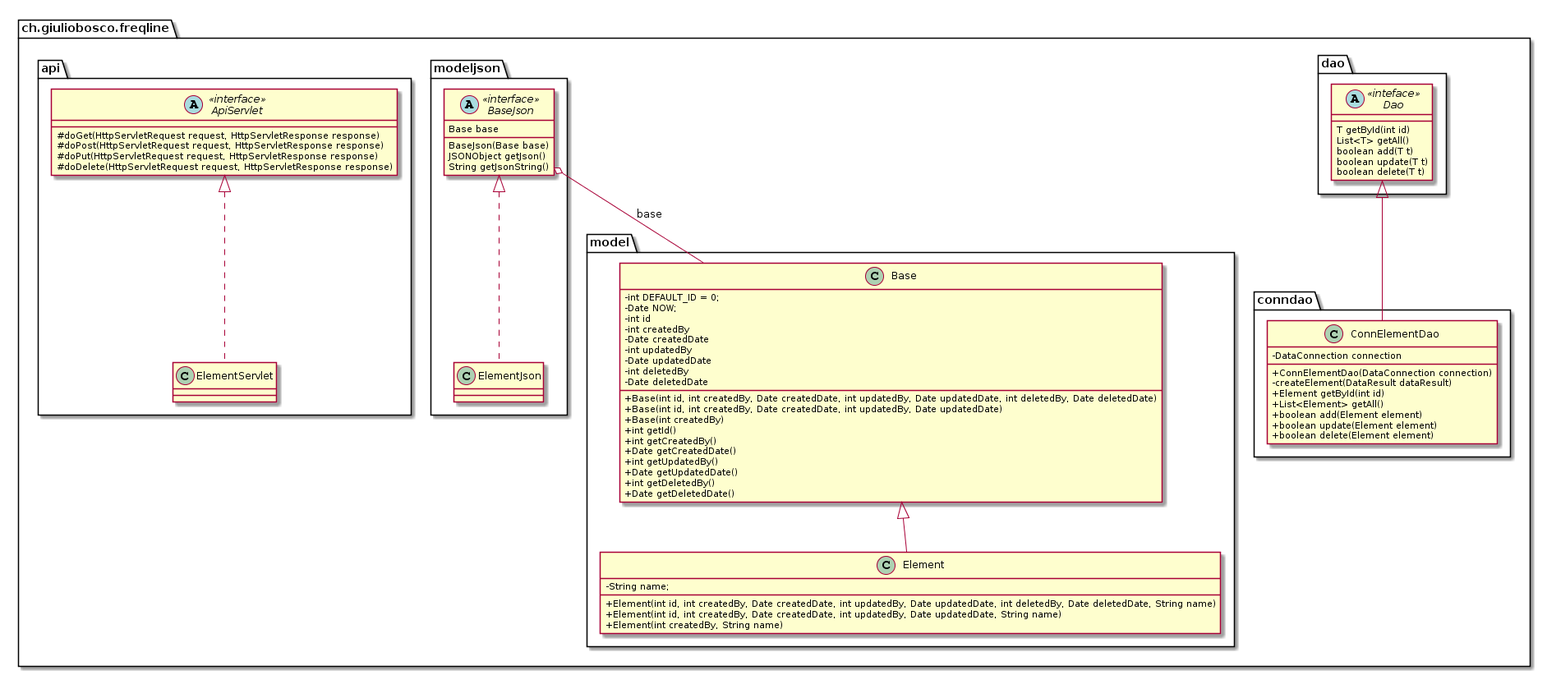
Earlier version of the PlantUML export doc/img/dao_classes.png (giuliobosco/freqline).
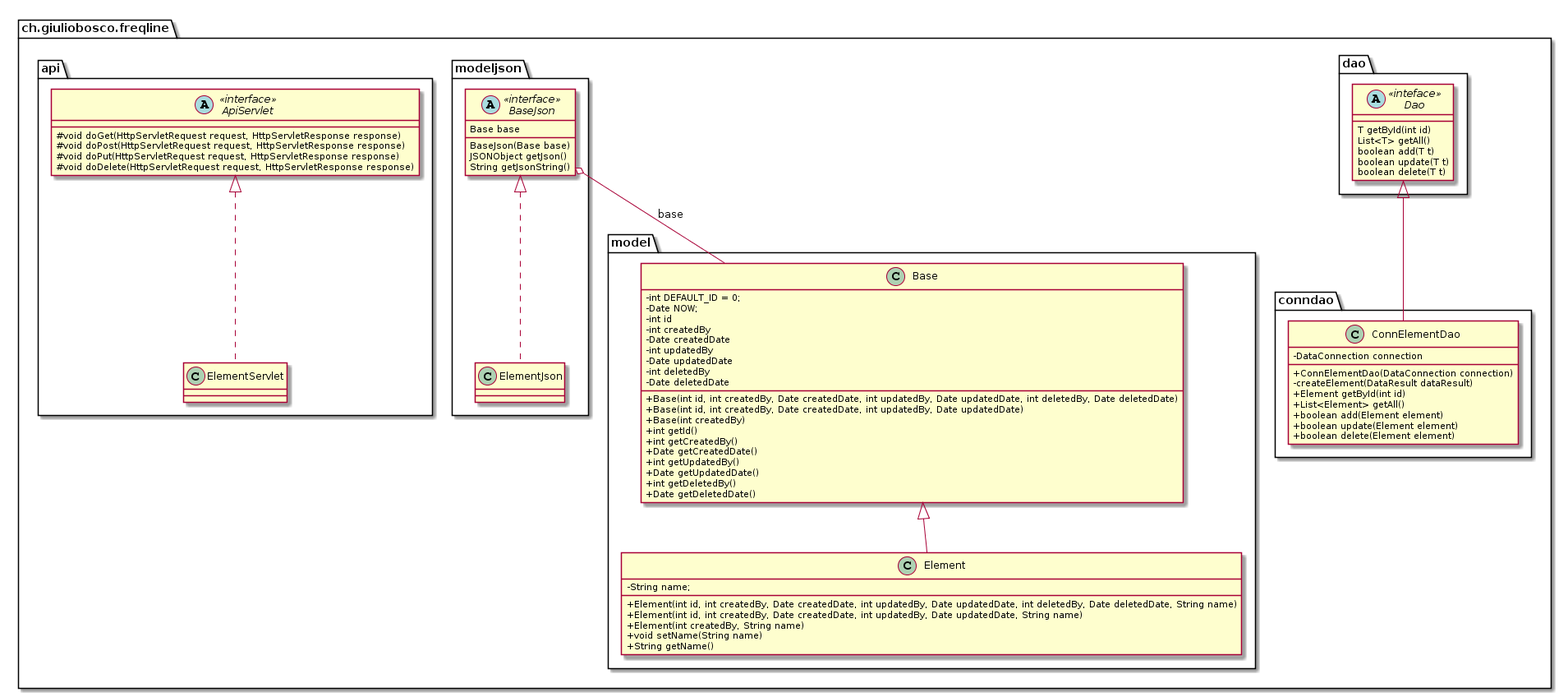
Above is the later version.

Commit message:
fix design/dao_classes Element get/set name

What changed in the source:
```diff
@@ -40,6 +40,8 @@
         +Element(int id, int createdBy, Date createdDate, int updatedBy, Date updatedDate, int deletedBy, Date deletedDate, String name)
         +Element(int id, int createdBy, Date createdDate, int updatedBy, Date updatedDate, String name)
         +Element(int createdBy, String name)
+        +void setName(String name)
+        +String getName()
     }
     Base <|-- Element
 }
@@ -75,10 +77,10 @@
 
 package api {
     abstract ApiServlet <<interface>> {
-        #doGet(HttpServletRequest request, HttpServletResponse response)
-        #doPost(HttpServletRequest request, HttpServletResponse response)
-        #doPut(HttpServletRequest request, HttpServletResponse response)
-        #doDelete(HttpServletRequest request, HttpServletResponse response)
+        #void doGet(HttpServletRequest request, HttpServletResponse response)
+        #void doPost(HttpServletRequest request, HttpServletResponse response)
+        #void doPut(HttpServletRequest request, HttpServletResponse response)
+        #void doDelete(HttpServletRequest request, HttpServletResponse response)
     }
 
     class ElementServlet {
```
